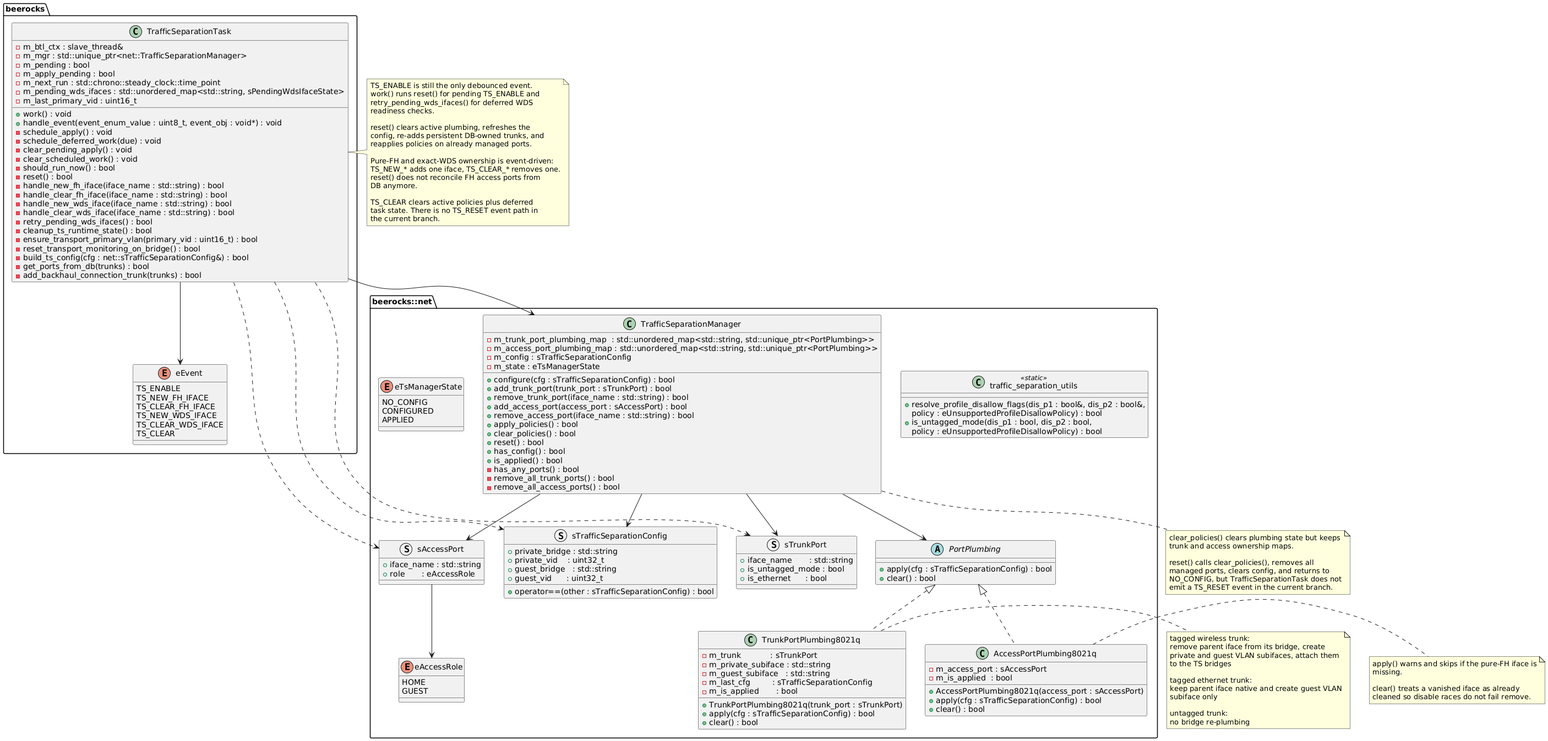
This is documentation/images/plantuml/agent/traffic_separation/ts_ClassD.png from CodeLinaro-mirror/qsdk_oss_prpl-foundation_prplmesh_prplMesh, a PlantUML export, as it was before one commit.
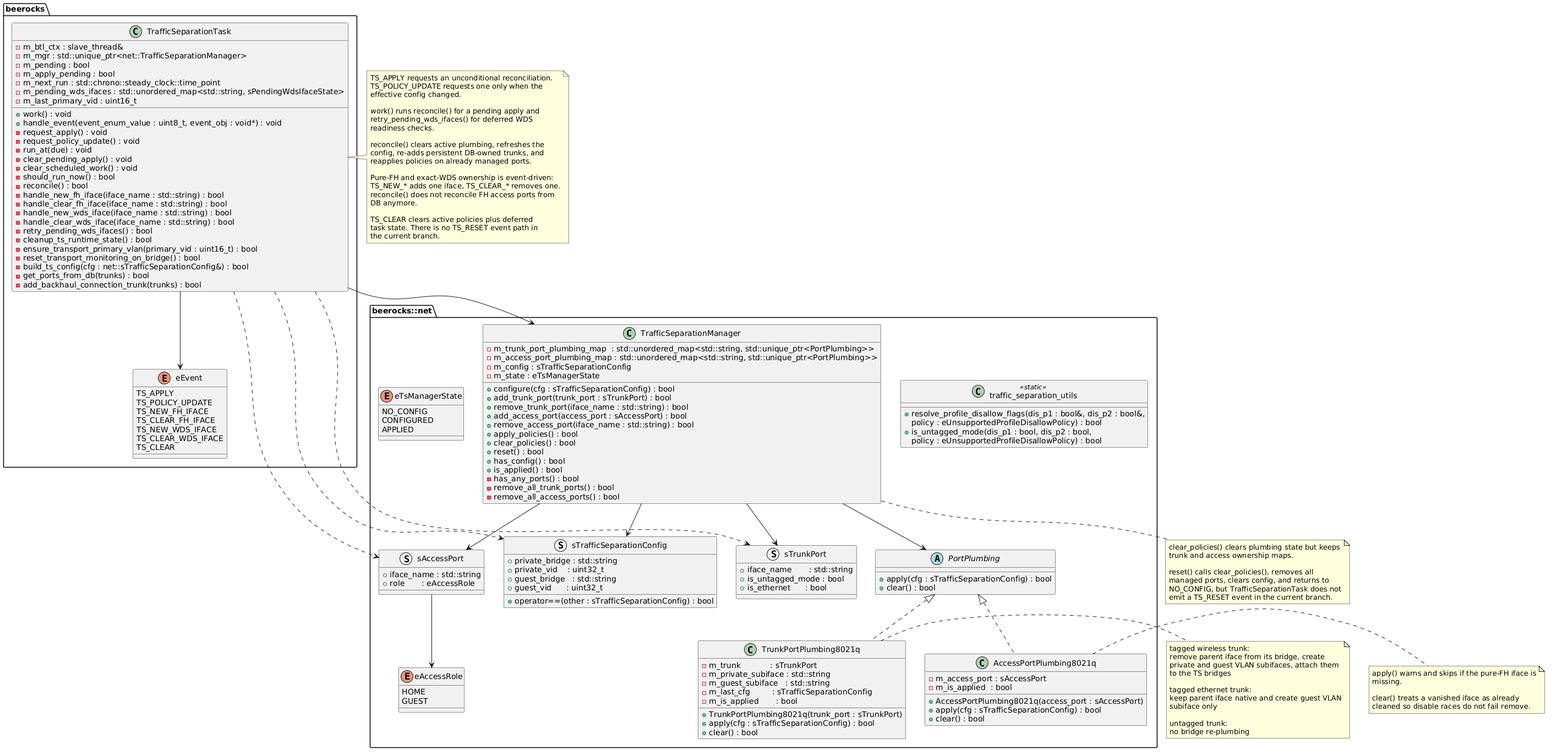
Above is the later version.

What changed in the source:
```diff
@@ -10,12 +10,13 @@
     -m_last_primary_vid : uint16_t
     +work() : void
     +handle_event(event_enum_value : uint8_t, event_obj : void*) : void
-    -schedule_apply() : void
-    -schedule_deferred_work(due) : void
+    -request_apply() : void
+    -request_policy_update() : void
+    -run_at(due) : void
     -clear_pending_apply() : void
     -clear_scheduled_work() : void
     -should_run_now() : bool
-    -reset() : bool
+    -reconcile() : bool
     -handle_new_fh_iface(iface_name : std::string) : bool
     -handle_clear_fh_iface(iface_name : std::string) : bool
     -handle_new_wds_iface(iface_name : std::string) : bool
@@ -30,7 +31,8 @@
   }
 
   enum eEvent {
-    TS_ENABLE
+    TS_APPLY
+    TS_POLICY_UPDATE
     TS_NEW_FH_IFACE
     TS_CLEAR_FH_IFACE
     TS_NEW_WDS_IFACE
@@ -138,18 +140,21 @@
 TrafficSeparationManager --> sTrafficSeparationConfig
 
 note right of TrafficSeparationTask
-  TS_ENABLE is still the only debounced event.
-  work() runs reset() for pending TS_ENABLE and
+  TS_APPLY requests an unconditional reconciliation.
+  TS_POLICY_UPDATE requests one only when the
+  effective config changed.
+
+  work() runs reconcile() for a pending apply and
   retry_pending_wds_ifaces() for deferred WDS
   readiness checks.
 
-  reset() clears active plumbing, refreshes the
+  reconcile() clears active plumbing, refreshes the
   config, re-adds persistent DB-owned trunks, and
   reapplies policies on already managed ports.
 
   Pure-FH and exact-WDS ownership is event-driven:
   TS_NEW_* adds one iface, TS_CLEAR_* removes one.
-  reset() does not reconcile FH access ports from
+  reconcile() does not reconcile FH access ports from
   DB anymore.
 
   TS_CLEAR clears active policies plus deferred
```
